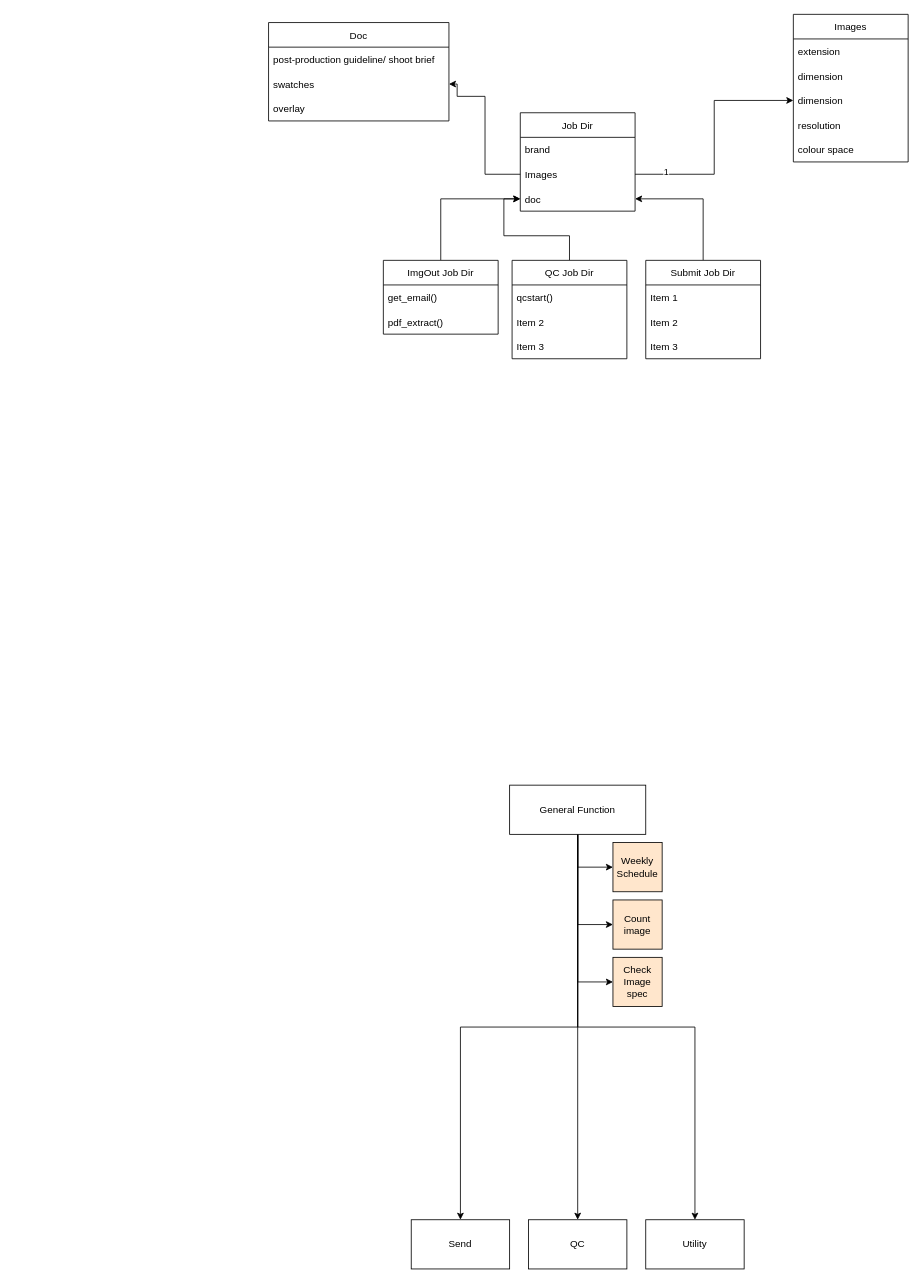
Earlier version of the draw.io diagram python/IHS Class Diagram.drawio (pugtooone/IHS). Source tidied: cells renumbered, new cells numbered last; positions are measured from the earlier drawing's top-left corner, leaving out a move shared by most shapes. Both pictures are drawn from the tidied source at 82%, with x=0, y=0 at pixel (268, 14).
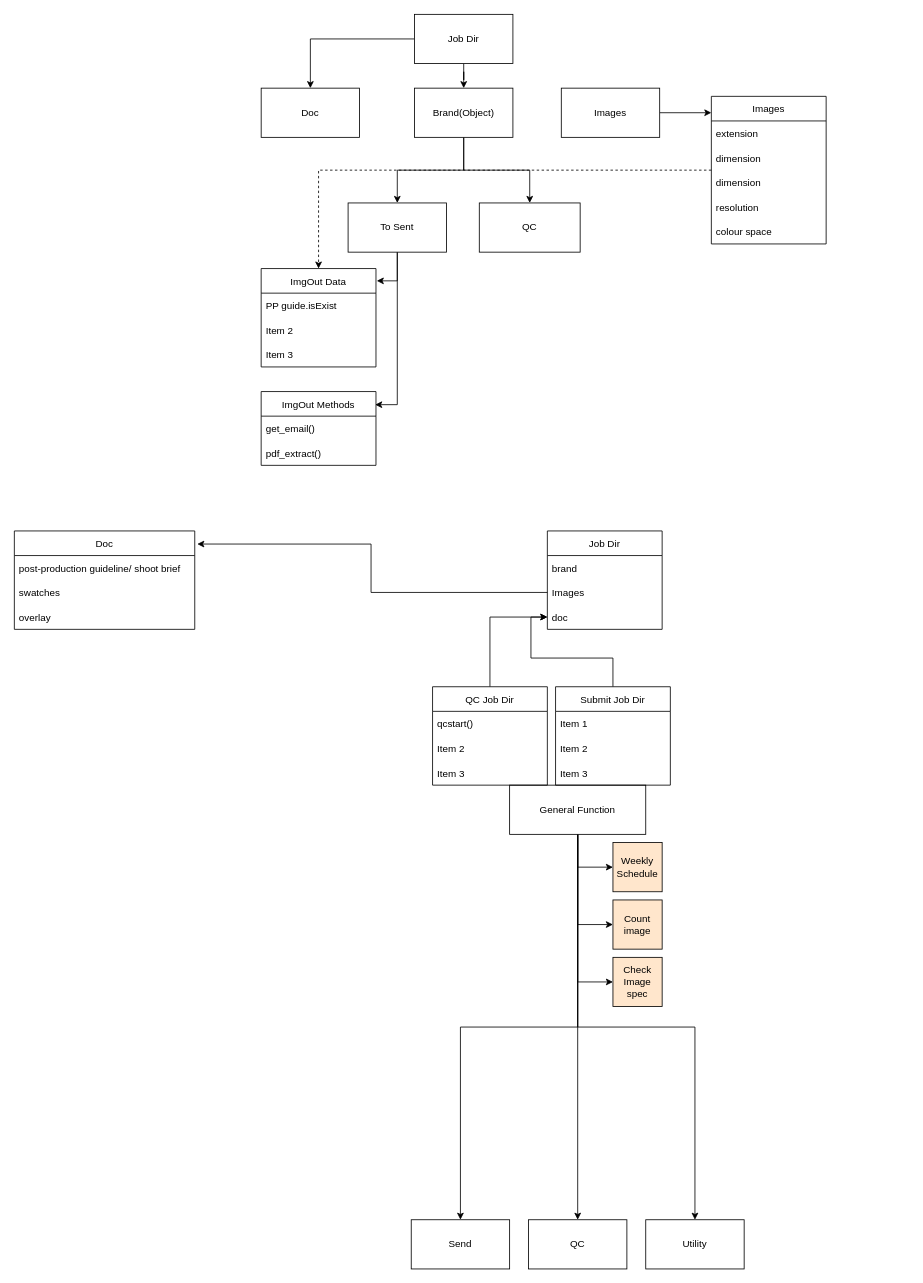
The same diagram, later.

Commit message:
Better structure

The change refers to these unchanged cells:
```xml
<mxCell id="19" value="dimension" style="text;strokeColor=none;fillColor=none;align=left;verticalAlign=middle;spacingLeft=4;spacingRight=4;overflow=hidden;points=[[0,0.5],[1,0.5]];portConstraint=eastwest;" parent="16" vertex="1">
  <mxGeometry y="90" width="140" height="30" as="geometry" />
</mxCell>
<mxCell id="24" value="Images" style="text;strokeColor=none;fillColor=none;align=left;verticalAlign=middle;spacingLeft=4;spacingRight=4;overflow=hidden;points=[[0,0.5],[1,0.5]];portConstraint=eastwest;" parent="22" vertex="1">
  <mxGeometry y="60" width="140" height="30" as="geometry" />
</mxCell>
<mxCell id="25" value="doc" style="text;strokeColor=none;fillColor=none;align=left;verticalAlign=middle;spacingLeft=4;spacingRight=4;overflow=hidden;points=[[0,0.5],[1,0.5]];portConstraint=eastwest;" parent="22" vertex="1">
  <mxGeometry y="90" width="140" height="30" as="geometry" />
</mxCell>
<mxCell id="44" value="swatches" style="text;strokeColor=none;fillColor=none;align=left;verticalAlign=middle;spacingLeft=4;spacingRight=4;overflow=hidden;points=[[0,0.5],[1,0.5]];portConstraint=eastwest;" parent="42" vertex="1">
  <mxGeometry y="60" width="220" height="30" as="geometry" />
</mxCell>
```

The edit, as a diff of the source:
```diff
@@
+    <mxCell id="47" style="edgeStyle=orthogonalEdgeStyle;rounded=0;jettySize=auto;html=1;entryX=0.5;entryY=0;entryDx=0;entryDy=0;dashed=1;" parent="1" edge="1" source="16" target="62">
+      <mxGeometry relative="1" as="geometry" />
+    </mxCell>
     <mxCell id="16" value="Images" style="swimlane;fontStyle=0;horizontal=1;startSize=30;" parent="1" vertex="1">
-      <mxGeometry x="640" width="140" height="180" as="geometry" />
+      <mxGeometry x="540" y="100" width="140" height="180" as="geometry" />
     </mxCell>
@@
     <mxCell id="22" value="Job Dir" style="swimlane;fontStyle=0;horizontal=1;startSize=30;" parent="1" vertex="1">
-      <mxGeometry x="307" y="120" width="140" height="120" as="geometry" />
+      <mxGeometry x="340" y="630" width="140" height="120" as="geometry" />
     </mxCell>
@@
-    <mxCell id="26" style="edgeStyle=orthogonalEdgeStyle;rounded=0;jettySize=auto;html=1;exitX=1;exitY=0.5;exitDx=0;exitDy=0;entryX=0;entryY=0.5;entryDx=0;entryDy=0;" parent="1" edge="1" source="24" target="19">
-      <mxGeometry relative="1" as="geometry" />
-    </mxCell>
-    <mxCell id="27" value="1" style="edgeLabel;html=1;align=center;verticalAlign=middle;" parent="26" vertex="1">
-      <mxGeometry x="-0.74" y="4" relative="1" as="geometry" />
-    </mxCell>
-    <mxCell id="28" style="edgeStyle=orthogonalEdgeStyle;rounded=0;jettySize=auto;html=1;exitX=0.5;exitY=0;exitDx=0;exitDy=0;" parent="1" edge="1" source="29" target="25">
-      <mxGeometry relative="1" as="geometry" />
-    </mxCell>
-    <mxCell id="29" value="ImgOut Job Dir" style="swimlane;fontStyle=0;horizontal=1;startSize=30;" parent="1" vertex="1">
-      <mxGeometry x="140" y="300" width="140" height="90" as="geometry" />
+    <mxCell id="29" value="ImgOut Methods" style="swimlane;fontStyle=0;horizontal=1;startSize=30;" parent="1" vertex="1">
+      <mxGeometry x="-9" y="460" width="140" height="90" as="geometry" />
     </mxCell>
@@
     <mxCell id="33" value="QC Job Dir" style="swimlane;fontStyle=0;horizontal=1;startSize=30;" parent="1" vertex="1">
-      <mxGeometry x="297" y="300" width="140" height="120" as="geometry" />
+      <mxGeometry x="200" y="820" width="140" height="120" as="geometry" />
     </mxCell>
@@
-    <mxCell id="37" style="edgeStyle=orthogonalEdgeStyle;rounded=0;jettySize=auto;html=1;exitX=0.5;exitY=0;exitDx=0;exitDy=0;" parent="1" edge="1" source="38" target="25">
+    <mxCell id="37" style="edgeStyle=orthogonalEdgeStyle;rounded=0;jettySize=auto;html=1;exitX=0.5;exitY=0;exitDx=0;exitDy=0;entryX=0;entryY=0.5;entryDx=0;entryDy=0;" parent="1" edge="1" source="38" target="25">
       <mxGeometry relative="1" as="geometry" />
     </mxCell>
     <mxCell id="38" value="Submit Job Dir" style="swimlane;fontStyle=0;horizontal=1;startSize=30;" parent="1" vertex="1">
-      <mxGeometry x="460" y="300" width="140" height="120" as="geometry" />
+      <mxGeometry x="350" y="820" width="140" height="120" as="geometry" />
     </mxCell>
@@
     <mxCell id="42" value="Doc" style="swimlane;fontStyle=0;horizontal=1;startSize=30;" parent="1" vertex="1">
-      <mxGeometry y="10" width="220" height="120" as="geometry" />
+      <mxGeometry x="-310" y="630" width="220" height="120" as="geometry" />
     </mxCell>
@@
-    <mxCell id="46" style="edgeStyle=orthogonalEdgeStyle;rounded=0;jettySize=auto;html=1;exitX=0;exitY=0.5;exitDx=0;exitDy=0;entryX=1;entryY=0.5;entryDx=0;entryDy=0;" parent="1" edge="1" source="24" target="44">
-      <mxGeometry relative="1" as="geometry">
-        <Array as="points">
-          <mxPoint x="264" y="195" />
-          <mxPoint x="264" y="100" />
-          <mxPoint x="230" y="100" />
-          <mxPoint x="230" y="85" />
-        </Array>
-      </mxGeometry>
-    </mxCell>
+    <mxCell id="48" style="edgeStyle=orthogonalEdgeStyle;rounded=0;jettySize=auto;html=1;entryX=1.014;entryY=0.133;entryDx=0;entryDy=0;entryPerimeter=0;" parent="1" edge="1" source="24" target="42">
+      <mxGeometry relative="1" as="geometry" />
+    </mxCell>
+    <mxCell id="49" style="edgeStyle=orthogonalEdgeStyle;rounded=0;jettySize=auto;html=1;" parent="1" edge="1" source="51" target="54">
+      <mxGeometry relative="1" as="geometry" />
+    </mxCell>
+    <mxCell id="50" style="edgeStyle=orthogonalEdgeStyle;rounded=0;jettySize=auto;html=1;" parent="1" edge="1" source="51" target="57">
+      <mxGeometry relative="1" as="geometry" />
+    </mxCell>
+    <mxCell id="51" value="Job Dir" style="rounded=0;whiteSpace=wrap;html=1;" parent="1" vertex="1">
+      <mxGeometry x="178" width="120" height="60" as="geometry" />
+    </mxCell>
+    <mxCell id="52" style="edgeStyle=orthogonalEdgeStyle;rounded=0;jettySize=auto;html=1;" parent="1" edge="1" source="54" target="60">
+      <mxGeometry relative="1" as="geometry" />
+    </mxCell>
+    <mxCell id="53" style="edgeStyle=orthogonalEdgeStyle;rounded=0;jettySize=auto;html=1;" parent="1" edge="1" source="54" target="61">
+      <mxGeometry relative="1" as="geometry" />
+    </mxCell>
+    <mxCell id="54" value="Brand(Object)" style="whiteSpace=wrap;html=1;rounded=0;" parent="1" vertex="1">
+      <mxGeometry x="178" y="90" width="120" height="60" as="geometry" />
+    </mxCell>
+    <mxCell id="55" style="edgeStyle=orthogonalEdgeStyle;rounded=0;jettySize=auto;html=1;entryX=0;entryY=0.111;entryDx=0;entryDy=0;entryPerimeter=0;" parent="1" edge="1" source="56" target="16">
+      <mxGeometry relative="1" as="geometry" />
+    </mxCell>
+    <mxCell id="56" value="Images" style="whiteSpace=wrap;html=1;rounded=0;" parent="1" vertex="1">
+      <mxGeometry x="357" y="90" width="120" height="60" as="geometry" />
+    </mxCell>
+    <mxCell id="57" value="Doc" style="whiteSpace=wrap;html=1;rounded=0;" parent="1" vertex="1">
+      <mxGeometry x="-9" y="90" width="120" height="60" as="geometry" />
+    </mxCell>
+    <mxCell id="58" style="edgeStyle=orthogonalEdgeStyle;rounded=0;jettySize=auto;html=1;entryX=0.993;entryY=0.178;entryDx=0;entryDy=0;entryPerimeter=0;" parent="1" edge="1" source="60" target="29">
+      <mxGeometry relative="1" as="geometry" />
+    </mxCell>
+    <mxCell id="59" style="edgeStyle=orthogonalEdgeStyle;rounded=0;jettySize=auto;html=1;entryX=1.007;entryY=0.125;entryDx=0;entryDy=0;entryPerimeter=0;" parent="1" edge="1" source="60" target="62">
+      <mxGeometry relative="1" as="geometry" />
+    </mxCell>
+    <mxCell id="60" value="To Sent" style="whiteSpace=wrap;html=1;rounded=0;" parent="1" vertex="1">
+      <mxGeometry x="97" y="230" width="120" height="60" as="geometry" />
+    </mxCell>
+    <mxCell id="61" value="QC" style="whiteSpace=wrap;html=1;rounded=0;" parent="1" vertex="1">
+      <mxGeometry x="257" y="230" width="123" height="60" as="geometry" />
+    </mxCell>
+    <mxCell id="62" value="ImgOut Data" style="swimlane;fontStyle=0;horizontal=1;startSize=30;" parent="1" vertex="1">
+      <mxGeometry x="-9" y="310" width="140" height="120" as="geometry" />
+    </mxCell>
+    <mxCell id="63" value="PP guide.isExist" style="text;strokeColor=none;fillColor=none;align=left;verticalAlign=middle;spacingLeft=4;spacingRight=4;overflow=hidden;" parent="62" vertex="1">
+      <mxGeometry y="30" width="140" height="30" as="geometry" />
+    </mxCell>
+    <mxCell id="64" value="Item 2" style="text;strokeColor=none;fillColor=none;align=left;verticalAlign=middle;spacingLeft=4;spacingRight=4;overflow=hidden;" parent="62" vertex="1">
+      <mxGeometry y="60" width="140" height="30" as="geometry" />
+    </mxCell>
+    <mxCell id="65" value="Item 3" style="text;strokeColor=none;fillColor=none;align=left;verticalAlign=middle;spacingLeft=4;spacingRight=4;overflow=hidden;" parent="62" vertex="1">
+      <mxGeometry y="90" width="140" height="30" as="geometry" />
+    </mxCell>
```
